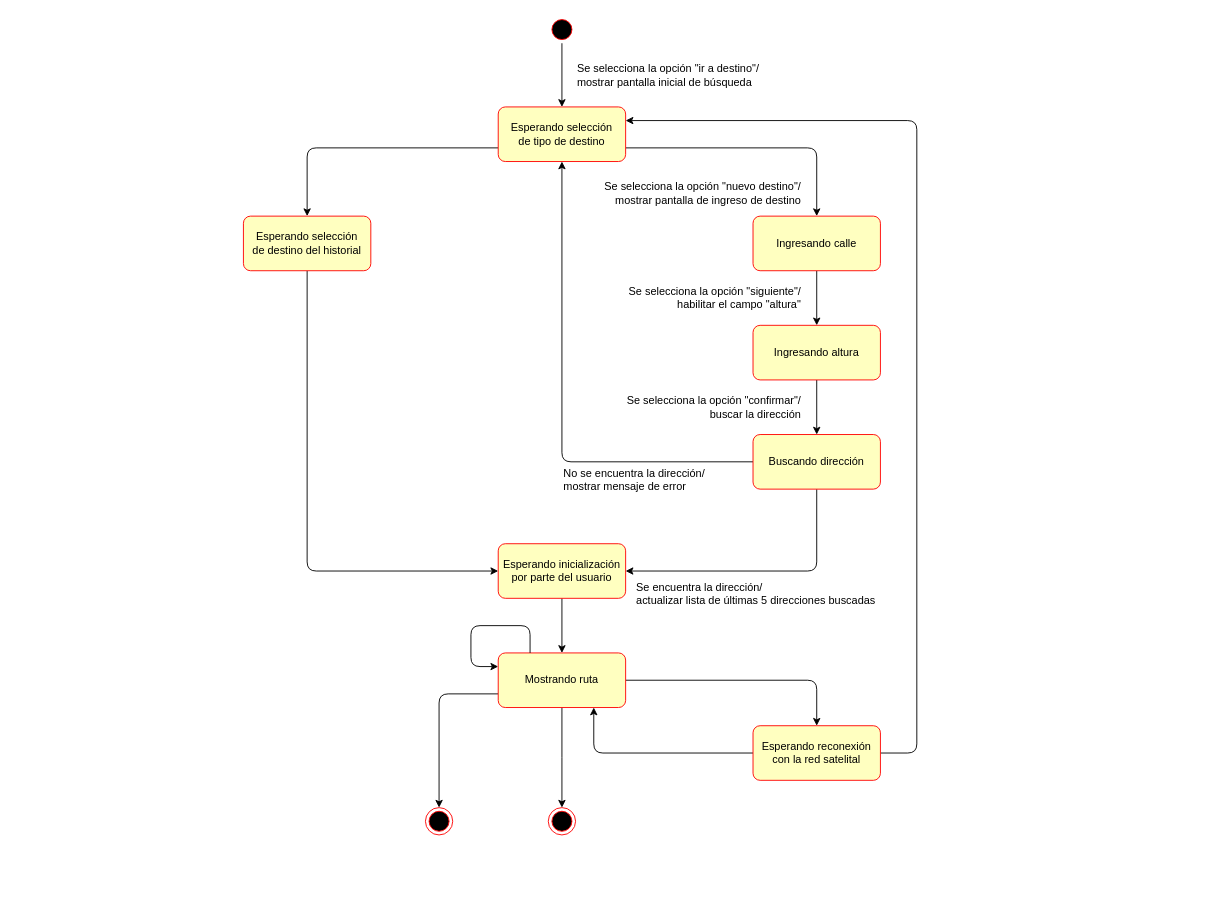
This is ejercicio_8.drawio from mvalleym/ing_software1, a draw.io file, before an edit. Source tidied: cells renumbered, new cells numbered last; positions are measured from the earlier drawing's top-left corner, leaving out a move shared by most shapes. Both pictures are drawn from the tidied source at 91%, with x=0, y=0 at pixel (243, 15).
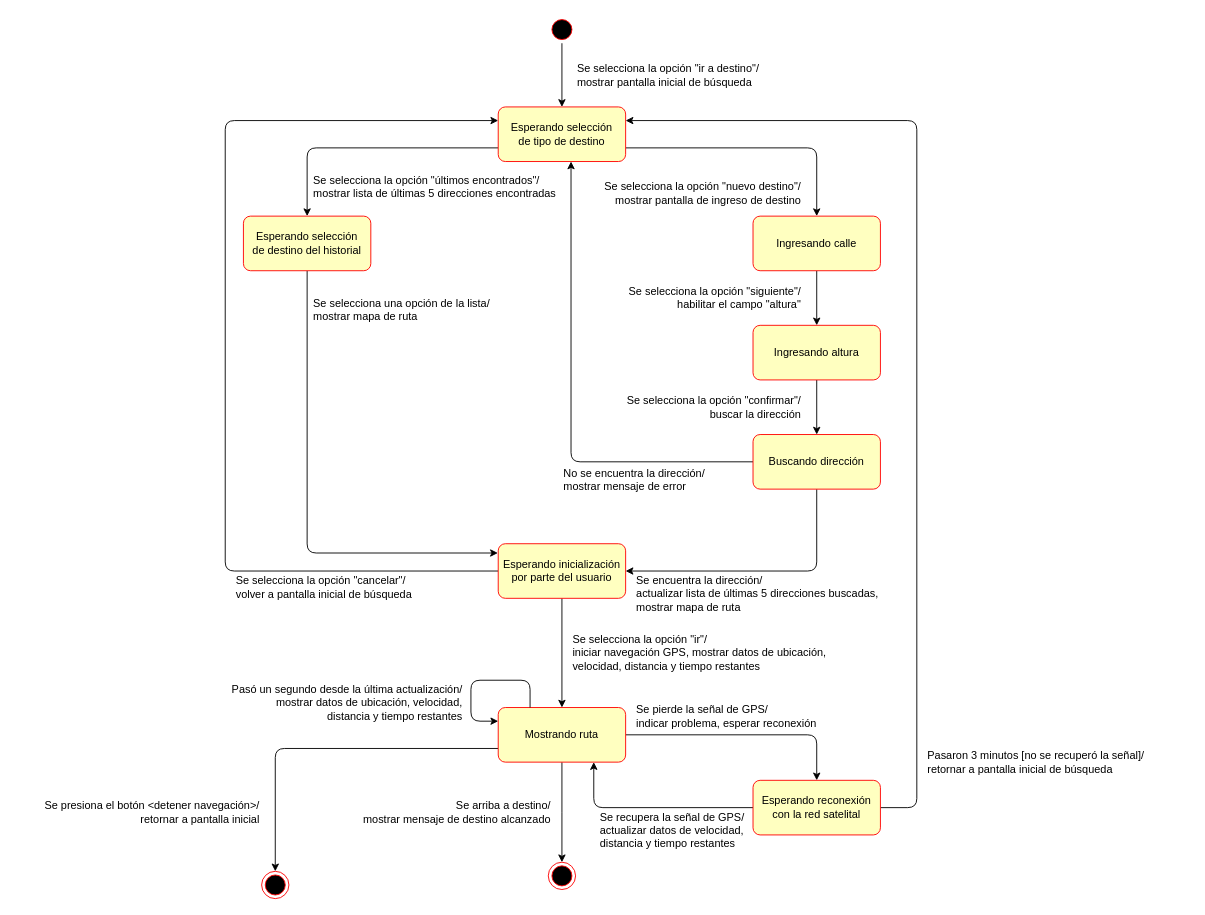
After the change.

Unchanged cells that the change refers to:
```xml
<mxCell id="4" value="&lt;div&gt;Esperando selección&lt;/div&gt;&lt;div&gt;de tipo de destino&lt;br&gt;&lt;/div&gt;" style="rounded=1;whiteSpace=wrap;html=1;arcSize=13;fontColor=#000000;fillColor=#ffffc0;strokeColor=#ff0000;" parent="1" vertex="1">
  <mxGeometry x="280" y="100" width="140" height="60" as="geometry" />
</mxCell>
<mxCell id="8" value="&lt;div&gt;Esperando selección&lt;/div&gt;&lt;div&gt;de destino del historial&lt;br&gt;&lt;/div&gt;" style="rounded=1;whiteSpace=wrap;html=1;arcSize=13;fontColor=#000000;fillColor=#ffffc0;strokeColor=#ff0000;" parent="1" vertex="1">
  <mxGeometry y="220" width="140" height="60" as="geometry" />
</mxCell>
<mxCell id="15" value="Buscando dirección" style="rounded=1;whiteSpace=wrap;html=1;arcSize=13;fontColor=#000000;fillColor=#ffffc0;strokeColor=#ff0000;" parent="1" vertex="1">
  <mxGeometry x="560" y="460" width="140" height="60" as="geometry" />
</mxCell>
<mxCell id="17" value="&lt;div&gt;Esperando inicialización&lt;/div&gt;&lt;div&gt;por parte del usuario&lt;br&gt;&lt;/div&gt;" style="rounded=1;whiteSpace=wrap;html=1;arcSize=13;fontColor=#000000;fillColor=#ffffc0;strokeColor=#ff0000;" parent="1" vertex="1">
  <mxGeometry x="280" y="580" width="140" height="60" as="geometry" />
</mxCell>
```

What changed in the source:
```diff
@@
-    <mxCell id="7" style="edgeStyle=orthogonalEdgeStyle;jettySize=auto;html=1;entryX=0;entryY=0.5;entryDx=0;entryDy=0;rounded=1;" parent="1" edge="1" source="8" target="17">
+    <mxCell id="7" style="edgeStyle=orthogonalEdgeStyle;jettySize=auto;html=1;rounded=1;entryX=-0.003;entryY=0.17;entryDx=0;entryDy=0;entryPerimeter=0;" parent="1" edge="1" source="8" target="17">
       <mxGeometry relative="1" as="geometry">
         <Array as="points">
-          <mxPoint x="70" y="610" />
+          <mxPoint x="70" y="590" />
         </Array>
       </mxGeometry>
     </mxCell>
@@
-    <mxCell id="14" style="edgeStyle=orthogonalEdgeStyle;rounded=1;jettySize=auto;html=1;entryX=0.5;entryY=1;entryDx=0;entryDy=0;" parent="1" edge="1" source="15" target="4">
-      <mxGeometry relative="1" as="geometry" />
+    <mxCell id="14" style="edgeStyle=orthogonalEdgeStyle;rounded=1;jettySize=auto;html=1;" parent="1" edge="1" source="15">
+      <mxGeometry relative="1" as="geometry">
+        <mxPoint x="360" y="160" as="targetPoint" />
+        <Array as="points">
+          <mxPoint x="360" y="490" />
+          <mxPoint x="360" y="160" />
+        </Array>
+      </mxGeometry>
     </mxCell>
@@
+    <mxCell id="34" style="edgeStyle=orthogonalEdgeStyle;rounded=1;jettySize=auto;html=1;entryX=0;entryY=0.25;entryDx=0;entryDy=0;" parent="1" edge="1" source="17" target="4">
+      <mxGeometry relative="1" as="geometry">
+        <Array as="points">
+          <mxPoint x="-20" y="610" />
+          <mxPoint x="-20" y="115" />
+        </Array>
+      </mxGeometry>
+    </mxCell>
@@
     <mxCell id="19" style="edgeStyle=orthogonalEdgeStyle;rounded=0;jettySize=auto;html=1;" parent="1" edge="1" source="21">
       <mxGeometry relative="1" as="geometry">
-        <mxPoint x="350" y="870" as="targetPoint" />
+        <mxPoint x="350" y="930" as="targetPoint" />
       </mxGeometry>
     </mxCell>
     <mxCell id="20" style="edgeStyle=orthogonalEdgeStyle;rounded=1;jettySize=auto;html=1;entryX=0.5;entryY=0;entryDx=0;entryDy=0;exitX=0;exitY=0.75;exitDx=0;exitDy=0;" parent="1" edge="1" source="21" target="27">
       <mxGeometry relative="1" as="geometry">
         <Array as="points">
-          <mxPoint x="215" y="745" />
+          <mxPoint x="35" y="805" />
         </Array>
       </mxGeometry>
     </mxCell>
     <mxCell id="21" value="Mostrando ruta" style="rounded=1;whiteSpace=wrap;html=1;arcSize=13;fontColor=#000000;fillColor=#ffffc0;strokeColor=#ff0000;" parent="1" vertex="1">
-      <mxGeometry x="280" y="700" width="140" height="60" as="geometry" />
+      <mxGeometry x="280" y="760" width="140" height="60" as="geometry" />
     </mxCell>
@@
     <mxCell id="23" style="edgeStyle=orthogonalEdgeStyle;jettySize=auto;html=1;entryX=1;entryY=0.25;entryDx=0;entryDy=0;rounded=1;" parent="1" edge="1" source="24" target="4">
       <mxGeometry relative="1" as="geometry">
         <Array as="points">
-          <mxPoint x="740" y="810" />
+          <mxPoint x="740" y="870" />
           <mxPoint x="740" y="115" />
         </Array>
       </mxGeometry>
     </mxCell>
     <mxCell id="24" value="&lt;div&gt;Esperando reconexión&lt;/div&gt;con la red satelital" style="rounded=1;whiteSpace=wrap;html=1;arcSize=13;fontColor=#000000;fillColor=#ffffc0;strokeColor=#ff0000;" parent="1" vertex="1">
-      <mxGeometry x="560" y="780" width="140" height="60" as="geometry" />
+      <mxGeometry x="560" y="840" width="140" height="60" as="geometry" />
     </mxCell>
     <mxCell id="25" style="ellipse;html=1;shape=endState;fillColor=#000000;strokeColor=#ff0000;" parent="1" vertex="1">
-      <mxGeometry x="335" y="870" width="30" height="30" as="geometry" />
+      <mxGeometry x="335" y="930" width="30" height="30" as="geometry" />
     </mxCell>
     <mxCell id="26" style="edgeStyle=orthogonalEdgeStyle;rounded=1;jettySize=auto;html=1;entryX=0;entryY=0.25;entryDx=0;entryDy=0;" parent="1" edge="1" target="21">
       <mxGeometry relative="1" as="geometry">
-        <mxPoint x="315" y="700" as="sourcePoint" />
+        <mxPoint x="315" y="760" as="sourcePoint" />
         <Array as="points">
-          <mxPoint x="315" y="670" />
-          <mxPoint x="250" y="670" />
-          <mxPoint x="250" y="715" />
+          <mxPoint x="315" y="730" />
+          <mxPoint x="250" y="730" />
+          <mxPoint x="250" y="775" />
         </Array>
       </mxGeometry>
     </mxCell>
     <mxCell id="27" style="ellipse;html=1;shape=endState;fillColor=#000000;strokeColor=#ff0000;" parent="1" vertex="1">
-      <mxGeometry x="200" y="870" width="30" height="30" as="geometry" />
+      <mxGeometry x="20" y="940" width="30" height="30" as="geometry" />
     </mxCell>
@@
-    <mxCell id="32" value="&lt;div align=&quot;left&quot;&gt;Se encuentra la dirección/&lt;/div&gt;&lt;div align=&quot;left&quot;&gt;actualizar lista de últimas 5 direcciones buscadas&lt;br&gt;&lt;/div&gt;" style="text;html=1;strokeColor=none;fillColor=none;align=left;verticalAlign=middle;whiteSpace=wrap;rounded=0;" parent="1" vertex="1">
+    <mxCell id="32" value="&lt;div align=&quot;left&quot;&gt;Se encuentra la dirección/&lt;/div&gt;&lt;div align=&quot;left&quot;&gt;actualizar lista de últimas 5 direcciones buscadas,&lt;/div&gt;&lt;div align=&quot;left&quot;&gt;mostrar mapa de ruta&lt;br&gt;&lt;/div&gt;" style="text;html=1;strokeColor=none;fillColor=none;align=left;verticalAlign=middle;whiteSpace=wrap;rounded=0;" parent="1" vertex="1">
       <mxGeometry x="430" y="610" width="290" height="50" as="geometry" />
     </mxCell>
@@
+    <mxCell id="35" value="&lt;div align=&quot;left&quot;&gt;Se selecciona la opción &quot;ir&quot;/&lt;/div&gt;&lt;div&gt;iniciar navegación GPS, mostrar datos de ubicación, velocidad, distancia y tiempo restantes&lt;br&gt;&lt;/div&gt;" style="text;html=1;strokeColor=none;fillColor=none;align=left;verticalAlign=middle;whiteSpace=wrap;rounded=0;" parent="1" vertex="1">
+      <mxGeometry x="360" y="680" width="290" height="40" as="geometry" />
+    </mxCell>
+    <mxCell id="36" value="&lt;div align=&quot;left&quot;&gt;Se selecciona la opción &quot;cancelar&quot;/&lt;/div&gt;volver a pantalla inicial de búsqueda" style="text;html=1;strokeColor=none;fillColor=none;align=left;verticalAlign=middle;whiteSpace=wrap;rounded=0;" parent="1" vertex="1">
+      <mxGeometry x="-10" y="610" width="220" height="35" as="geometry" />
+    </mxCell>
+    <mxCell id="37" value="&lt;div align=&quot;left&quot;&gt;Se selecciona la opción &quot;últimos encontrados&quot;/&lt;/div&gt;&lt;div align=&quot;left&quot;&gt;mostrar lista de últimas 5 direcciones encontradas&lt;br&gt;&lt;/div&gt;" style="text;html=1;strokeColor=none;fillColor=none;align=left;verticalAlign=middle;whiteSpace=wrap;rounded=0;" parent="1" vertex="1">
+      <mxGeometry x="75" y="170" width="290" height="35" as="geometry" />
+    </mxCell>
+    <mxCell id="38" value="&lt;div align=&quot;left&quot;&gt;Se selecciona una opción de la lista/&lt;/div&gt;&lt;div align=&quot;left&quot;&gt;mostrar mapa de ruta&lt;br&gt;&lt;/div&gt;" style="text;html=1;strokeColor=none;fillColor=none;align=left;verticalAlign=middle;whiteSpace=wrap;rounded=0;" parent="1" vertex="1">
+      <mxGeometry x="75" y="305" width="290" height="35" as="geometry" />
+    </mxCell>
+    <mxCell id="39" value="&lt;div align=&quot;right&quot;&gt;Pasó un segundo desde la última actualización/&lt;/div&gt;&lt;div align=&quot;right&quot;&gt;mostrar datos de ubicación, velocidad,&lt;/div&gt;&lt;div align=&quot;right&quot;&gt;distancia y tiempo restantes&lt;/div&gt;" style="text;html=1;strokeColor=none;fillColor=none;align=right;verticalAlign=middle;whiteSpace=wrap;rounded=0;" parent="1" vertex="1">
+      <mxGeometry x="-42.5" y="730" width="285" height="50" as="geometry" />
+    </mxCell>
+    <mxCell id="40" value="&lt;div align=&quot;left&quot;&gt;Se pierde la señal de GPS/&lt;/div&gt;&lt;div align=&quot;left&quot;&gt;indicar problema, esperar reconexión&lt;br&gt;&lt;/div&gt;" style="text;html=1;strokeColor=none;fillColor=none;align=left;verticalAlign=middle;whiteSpace=wrap;rounded=0;" parent="1" vertex="1">
+      <mxGeometry x="430" y="750" width="290" height="40" as="geometry" />
+    </mxCell>
+    <mxCell id="41" value="&lt;div align=&quot;left&quot;&gt;Pasaron 3 minutos [no se recuperó la señal]/&lt;/div&gt;&lt;div align=&quot;left&quot;&gt;retornar a pantalla inicial de búsqueda&lt;br&gt;&lt;/div&gt;" style="text;html=1;strokeColor=none;fillColor=none;align=left;verticalAlign=middle;whiteSpace=wrap;rounded=0;" parent="1" vertex="1">
+      <mxGeometry x="750" y="800" width="290" height="40" as="geometry" />
+    </mxCell>
+    <mxCell id="42" value="&lt;div align=&quot;left&quot;&gt;Se recupera la señal de GPS/&lt;/div&gt;&lt;div align=&quot;left&quot;&gt;actualizar datos de velocidad,&lt;/div&gt;&lt;div align=&quot;left&quot;&gt;distancia y tiempo restantes&lt;br&gt;&lt;/div&gt;" style="text;html=1;strokeColor=none;fillColor=none;align=left;verticalAlign=middle;whiteSpace=wrap;rounded=0;" parent="1" vertex="1">
+      <mxGeometry x="390" y="870" width="290" height="50" as="geometry" />
+    </mxCell>
+    <mxCell id="43" value="&lt;div align=&quot;right&quot;&gt;Se arriba a destino/&lt;/div&gt;mostrar mensaje de destino alcanzado" style="text;html=1;strokeColor=none;fillColor=none;align=right;verticalAlign=middle;whiteSpace=wrap;rounded=0;" parent="1" vertex="1">
+      <mxGeometry x="120" y="850" width="220" height="50" as="geometry" />
+    </mxCell>
+    <mxCell id="44" value="&lt;div align=&quot;right&quot;&gt;Se presiona el botón &amp;lt;detener navegación&amp;gt;/&lt;/div&gt;retornar a pantalla inicial" style="text;html=1;strokeColor=none;fillColor=none;align=right;verticalAlign=middle;whiteSpace=wrap;rounded=0;" parent="1" vertex="1">
+      <mxGeometry x="-250" y="850" width="270" height="50" as="geometry" />
+    </mxCell>
```
